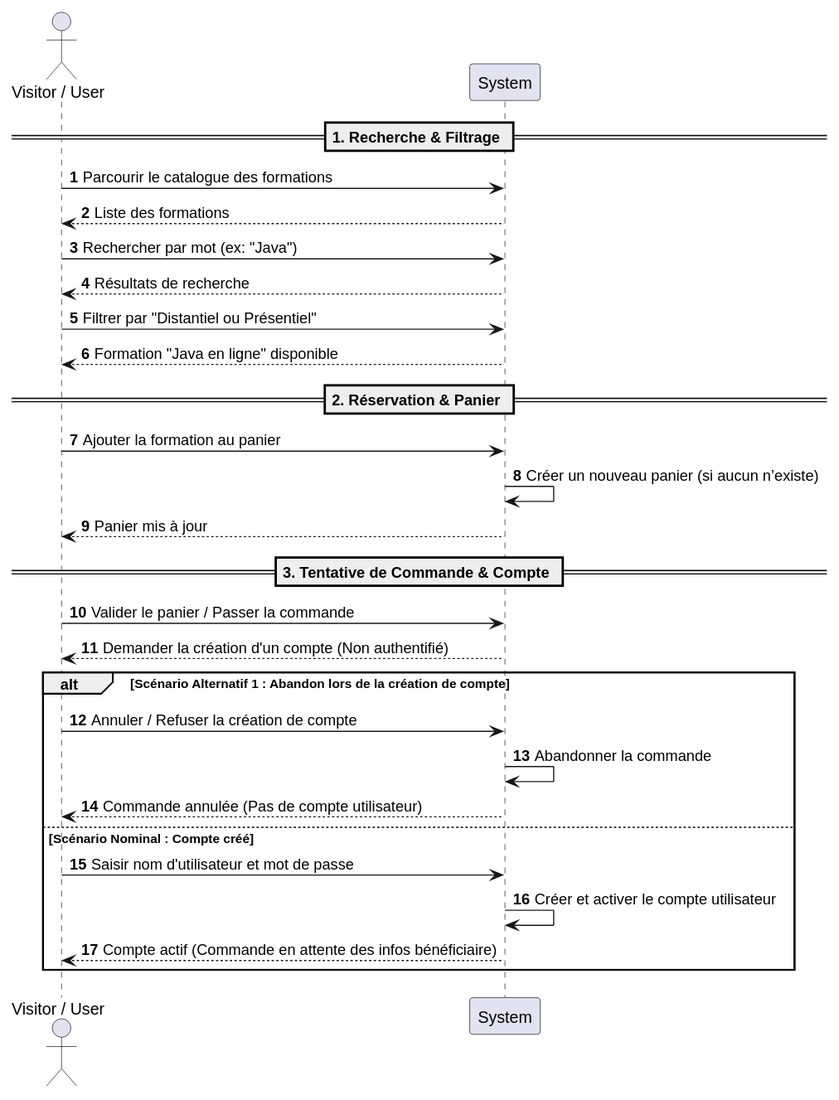
Above: doc/uml/3-sequence/sequence_diagram_for-the-Training_Sales-Application.svg in albanmartel/evaluation_metier_java (PlantUML), before the change.
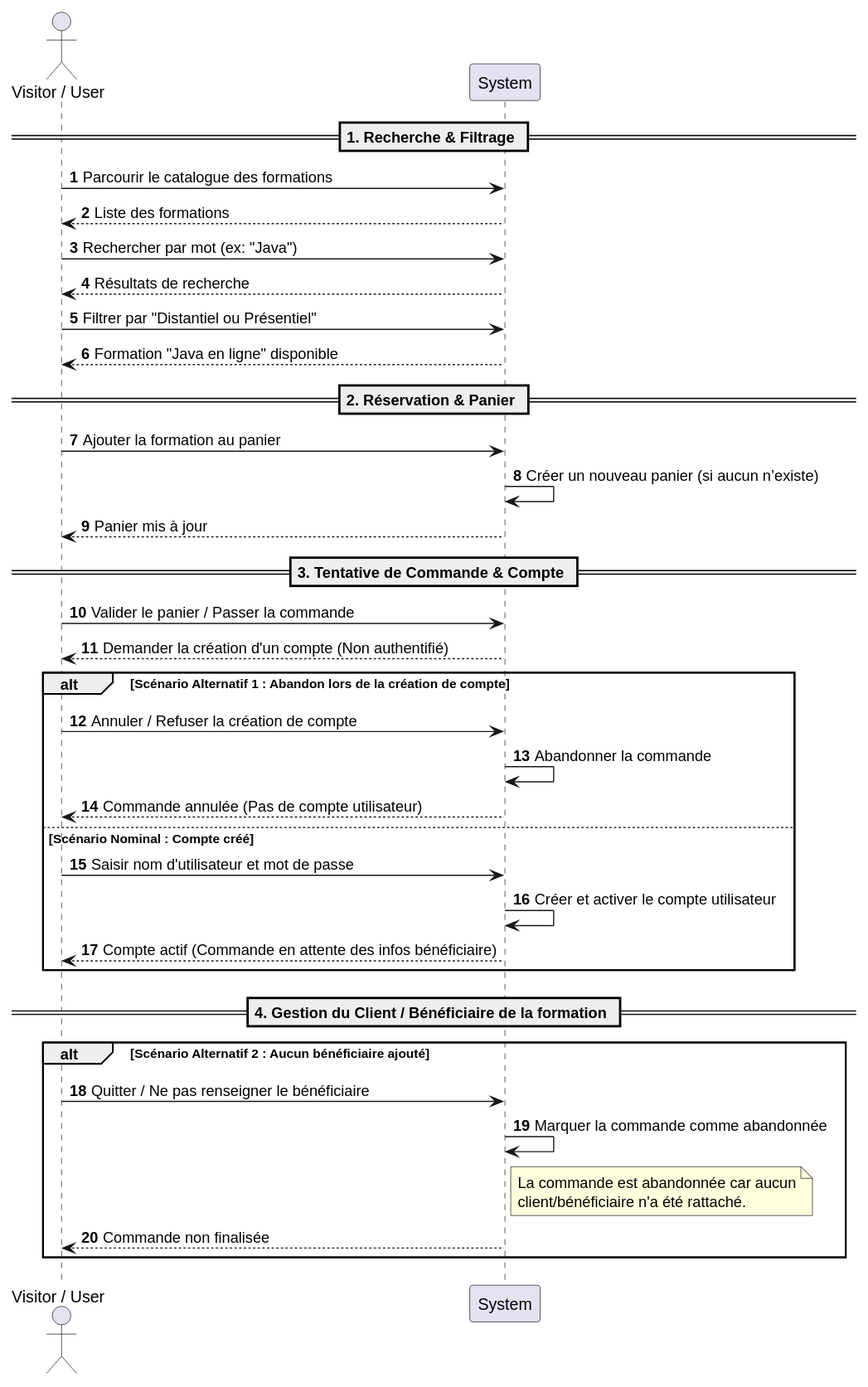
After the commit.

Commit message:
Mise à jour de l'image png suite à la modification du script plantUML et l'ajout d'un scénario alternatif de pas de bénéficiaire ajouter à une commande (un achat de formation pour un client)

The edit, as a diff of the source:
```diff
@@ -32,5 +32,17 @@
     S -> S: Créer et activer le compte utilisateur
     S --> V: Compte actif (Commande en attente des infos bénéficiaire)
 
+    end
+
+    == 4. Gestion du Client / Bénéficiaire de la formation ==
+    alt Scénario Alternatif 2 : Aucun bénéficiaire ajouté
+        V -> S: Quitter / Ne pas renseigner le bénéficiaire
+        S -> S: Marquer la commande comme abandonnée
+        note right of S
+          La commande est abandonnée car aucun
+          client/bénéficiaire n'a été rattaché.
+        end note
+        S --> V: Commande non finalisée
+
 end
 @enduml
```
